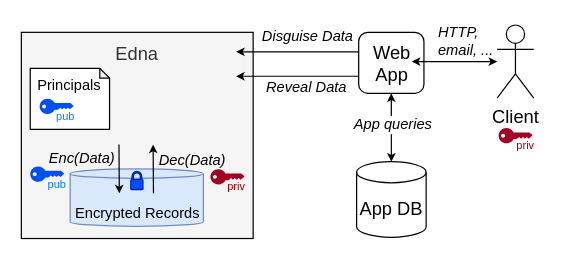
The draw.io diagram page "EDNA" (2 of 13) of papers/osdi22/figs/edna.drawio in tslilyai/data_disguises_lobsters, before the edit. Source tidied: cells renumbered, new cells numbered last; positions are measured from the earlier drawing's top-left corner, leaving out a move shared by most shapes. Both pictures are drawn from the tidied source at 122%, with x=0, y=0 at pixel (21, 24).
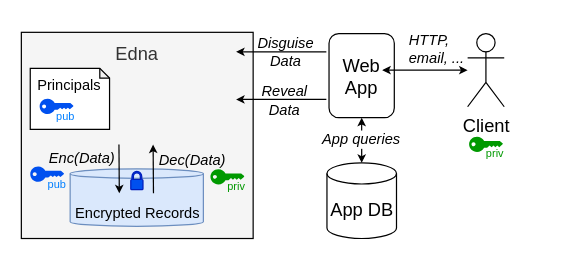
Above is the later version.

What changed in the source:
```diff
@@
     <mxCell id="2" value="&lt;div&gt;HTTP, &lt;br&gt;email, ...&lt;/div&gt;" style="text;html=1;strokeColor=none;fillColor=none;align=left;verticalAlign=middle;whiteSpace=wrap;rounded=0;fontSize=12;fontColor=#000000;labelBackgroundColor=#ffffff;fontStyle=2;" parent="1" vertex="1">
-      <mxGeometry x="340" y="5" width="90" height="15" as="geometry" />
+      <mxGeometry x="315.8" y="12" width="90" height="15" as="geometry" />
     </mxCell>
-    <mxCell id="3" value="&lt;div style=&quot;font-size: 12px;&quot;&gt;Disguise Data&lt;/div&gt;" style="text;html=1;strokeColor=none;fillColor=none;align=center;verticalAlign=middle;whiteSpace=wrap;rounded=0;fontSize=12;fontColor=#000000;labelBackgroundColor=#ffffff;fontStyle=2;" parent="1" vertex="1">
-      <mxGeometry x="175" width="120" height="20" as="geometry" />
+    <mxCell id="3" value="&lt;div style=&quot;font-size: 12px&quot;&gt;Disguise &lt;br&gt;Data&lt;/div&gt;" style="text;html=1;strokeColor=none;fillColor=none;align=center;verticalAlign=middle;whiteSpace=wrap;rounded=0;fontSize=12;fontColor=#000000;labelBackgroundColor=#ffffff;fontStyle=2;" parent="1" vertex="1">
+      <mxGeometry x="157" y="12" width="120" height="20" as="geometry" />
     </mxCell>
     <mxCell id="4" value="App DB" style="shape=cylinder3;whiteSpace=wrap;html=1;boundedLbl=1;backgroundOutline=1;size=8.655172413793196;fillColor=none;fontSize=15;" parent="1" vertex="1">
-      <mxGeometry x="274.8" y="112" width="57" height="62" as="geometry" />
+      <mxGeometry x="250.5" y="113" width="57" height="62" as="geometry" />
     </mxCell>
     <mxCell id="5" value="&lt;div&gt;Web App&lt;/div&gt;" style="rounded=1;whiteSpace=wrap;html=1;fillColor=none;fontSize=15;" parent="1" vertex="1">
-      <mxGeometry x="276.5" y="6" width="53.5" height="50" as="geometry" />
+      <mxGeometry x="252.2" y="7" width="53.5" height="69" as="geometry" />
     </mxCell>
@@
     <mxCell id="7" style="endArrow=classic;html=1;strokeWidth=1;fontSize=15;fontColor=#000000;entryX=1.042;entryY=0.819;entryDx=0;entryDy=0;entryPerimeter=0;endSize=4;startSize=4;" parent="1" edge="1">
       <mxGeometry relative="1" as="geometry">
-        <mxPoint x="276" y="22" as="sourcePoint" />
+        <mxPoint x="250" y="22" as="sourcePoint" />
         <mxPoint x="176" y="22" as="targetPoint" />
       </mxGeometry>
     </mxCell>
@@
     <mxCell id="9" value="App queries" style="text;html=1;strokeColor=none;fillColor=none;align=center;verticalAlign=middle;whiteSpace=wrap;rounded=0;fontSize=12;fontColor=#000000;labelBackgroundColor=#ffffff;fontStyle=2;" parent="1" vertex="1">
-      <mxGeometry x="260" y="74" width="90" height="15" as="geometry" />
+      <mxGeometry x="234" y="86.5" width="90" height="15" as="geometry" />
     </mxCell>
@@
-    <mxCell id="11" value="&lt;div style=&quot;font-size: 12px&quot;&gt;Reveal Data&lt;/div&gt;" style="text;html=1;strokeColor=none;fillColor=none;align=center;verticalAlign=middle;whiteSpace=wrap;rounded=0;fontSize=12;fontColor=#000000;labelBackgroundColor=#ffffff;fontStyle=2;" parent="1" vertex="1">
-      <mxGeometry x="174" y="41" width="120" height="20" as="geometry" />
+    <mxCell id="11" value="&lt;div style=&quot;font-size: 12px&quot;&gt;Reveal&lt;br&gt;Data&lt;/div&gt;" style="text;html=1;strokeColor=none;fillColor=none;align=center;verticalAlign=middle;whiteSpace=wrap;rounded=0;fontSize=12;fontColor=#000000;labelBackgroundColor=#ffffff;fontStyle=2;" parent="1" vertex="1">
+      <mxGeometry x="156" y="52" width="120" height="20" as="geometry" />
     </mxCell>
     <mxCell id="12" style="endArrow=classic;html=1;strokeWidth=1;fontSize=15;fontColor=#000000;entryX=1.042;entryY=0.819;entryDx=0;entryDy=0;entryPerimeter=0;endSize=4;startSize=4;" parent="1" edge="1">
       <mxGeometry relative="1" as="geometry">
-        <mxPoint x="276" y="42" as="sourcePoint" />
-        <mxPoint x="176" y="42" as="targetPoint" />
+        <mxPoint x="250" y="61" as="sourcePoint" />
+        <mxPoint x="176" y="61" as="targetPoint" />
       </mxGeometry>
     </mxCell>
@@
     <mxCell id="15" value="&lt;div&gt;Client&lt;/div&gt;&lt;div&gt;&lt;br&gt;&lt;/div&gt;" style="shape=umlActor;verticalLabelPosition=bottom;verticalAlign=top;html=1;fontSize=15;" parent="1" vertex="1">
-      <mxGeometry x="390" width="30" height="60" as="geometry" />
+      <mxGeometry x="365.8" y="7" width="30" height="60" as="geometry" />
     </mxCell>
     <mxCell id="16" style="endArrow=classic;html=1;strokeWidth=1;fontSize=15;fontColor=#000000;startArrow=classic;startFill=1;endSize=4;startSize=4;exitX=1;exitY=0.5;exitDx=0;exitDy=0;" parent="1" edge="1">
       <mxGeometry relative="1" as="geometry">
-        <mxPoint x="320" y="30" as="sourcePoint" />
-        <mxPoint x="390" y="30" as="targetPoint" />
+        <mxPoint x="295.8" y="37" as="sourcePoint" />
+        <mxPoint x="365.8" y="37" as="targetPoint" />
       </mxGeometry>
     </mxCell>
-    <mxCell id="17" value="priv" style="verticalLabelPosition=bottom;sketch=0;html=1;verticalAlign=top;align=center;shape=mxgraph.cisco19.key;fillColor=#a20025;strokeColor=default;fontSize=9;fontColor=#990000;spacingLeft=15;spacingTop=-10;" parent="1" vertex="1">
-      <mxGeometry x="391.2" y="84.5" width="27.8" height="12.5" as="geometry" />
+    <mxCell id="17" value="priv" style="verticalLabelPosition=bottom;sketch=0;html=1;verticalAlign=top;align=center;shape=mxgraph.cisco19.key;fillColor=#009900;strokeColor=default;fontSize=9;fontColor=#009900;spacingLeft=15;spacingTop=-10;" parent="1" vertex="1">
+      <mxGeometry x="367" y="91.5" width="27.8" height="12.5" as="geometry" />
     </mxCell>
-    <mxCell id="18" value="priv" style="verticalLabelPosition=bottom;sketch=0;html=1;verticalAlign=top;align=center;shape=mxgraph.cisco19.key;fillColor=#a20025;strokeColor=default;fontSize=9;fontColor=#990000;spacingLeft=15;spacingTop=-10;" parent="1" vertex="1">
+    <mxCell id="18" value="priv" style="verticalLabelPosition=bottom;sketch=0;html=1;verticalAlign=top;align=center;shape=mxgraph.cisco19.key;fillColor=#009900;strokeColor=default;fontSize=9;fontColor=#009900;spacingLeft=15;spacingTop=-10;" parent="1" vertex="1">
       <mxGeometry x="155" y="118.2" width="27.8" height="12.5" as="geometry" />
     </mxCell>
```
